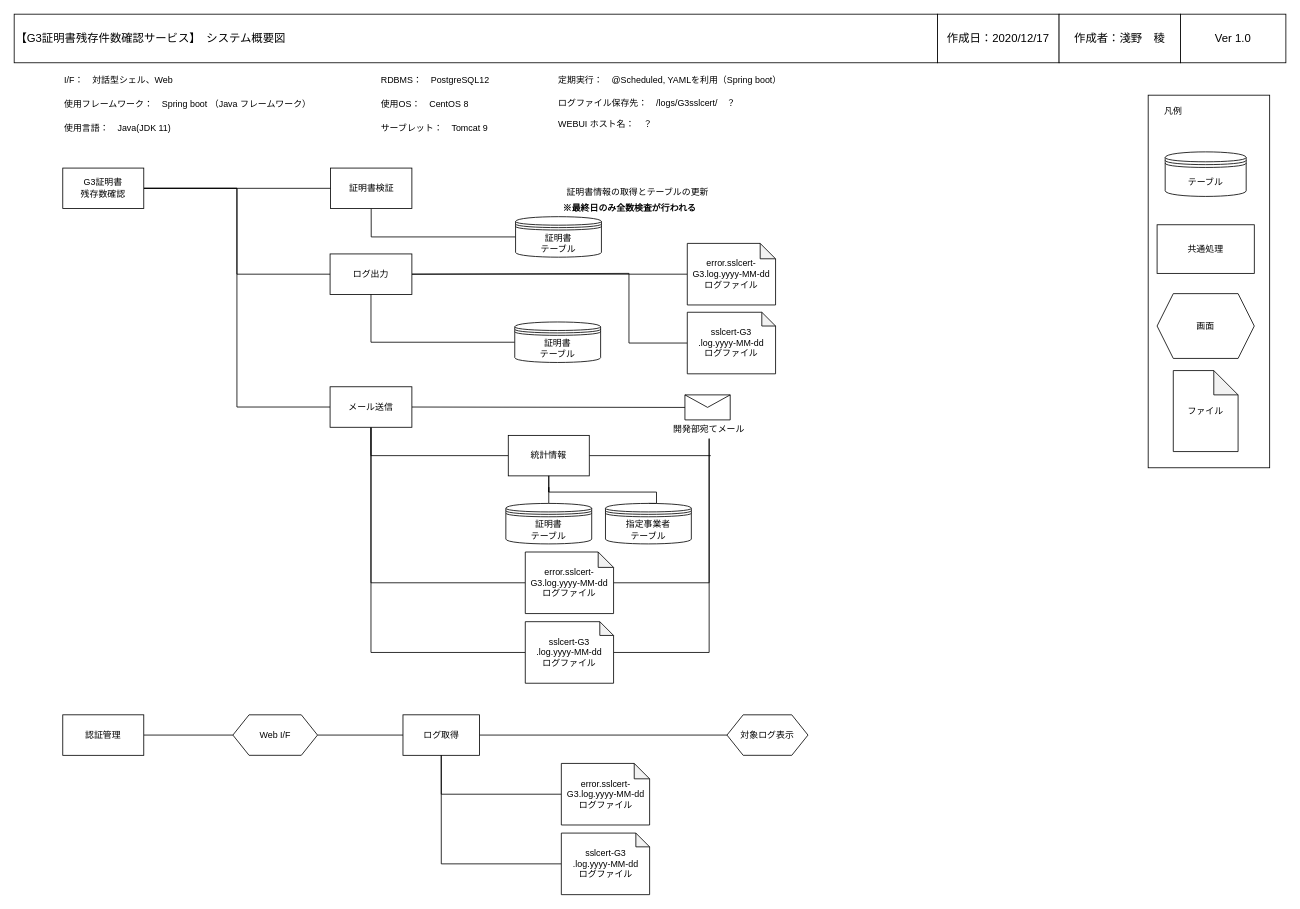
Above: page "システム概要図" (6 of 6) of UMLDiagram.drawio in r-asano/kaihatsubuKenshu (draw.io), before the change. Source tidied: cells renumbered, new cells numbered last; positions are measured from the earlier drawing's top-left corner, leaving out a move shared by most shapes. Both pictures are drawn from the tidied source at 81%, with x=0, y=0 at pixel (14, 14).
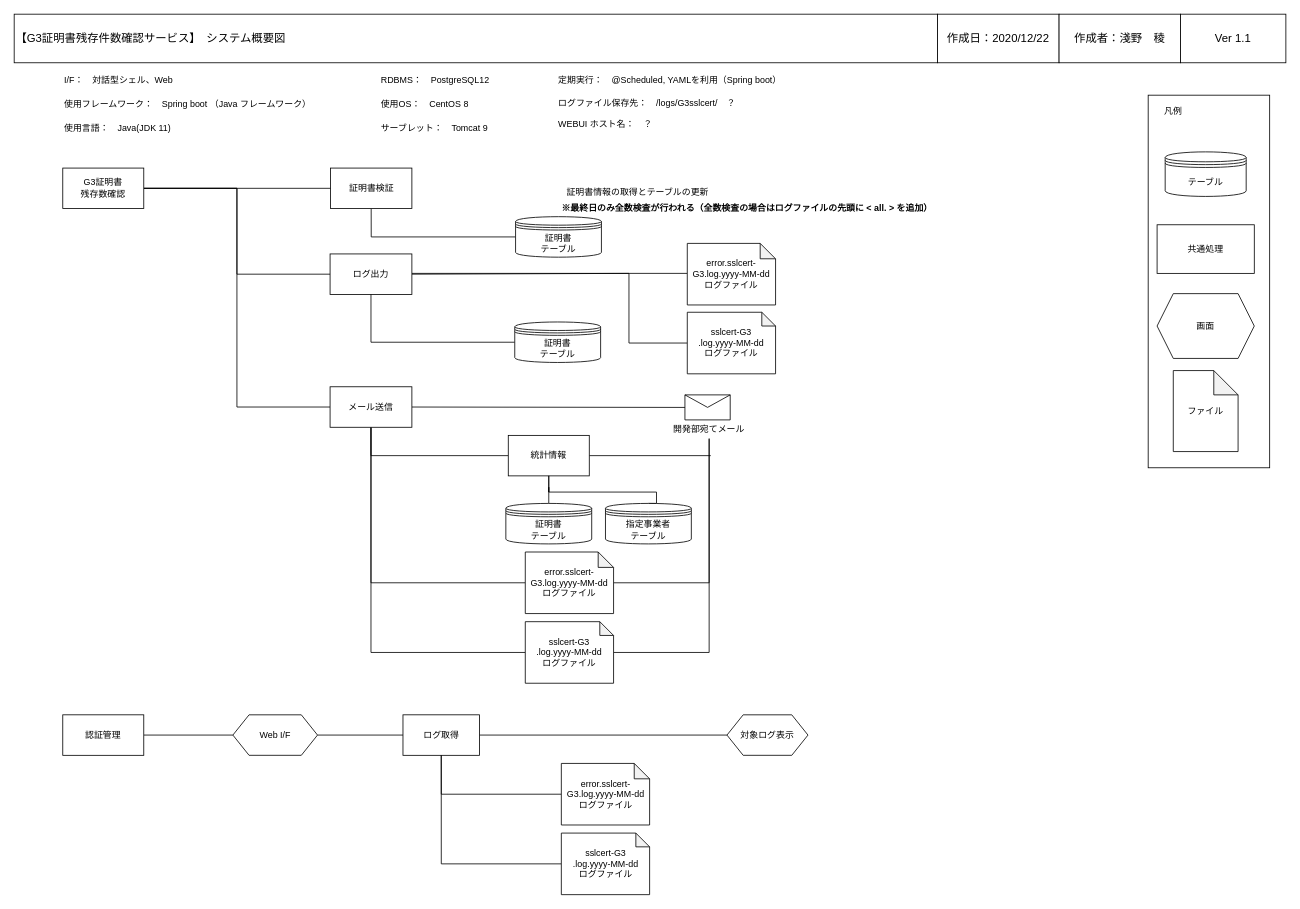
The same page after the edit.

Commit message:
システム構成図マイナーチェンジ

The change refers to these unchanged cells:
```xml
<mxCell id="25" value="ログ出力" style="rounded=0;whiteSpace=wrap;html=1;fontSize=11;" parent="1" vertex="1">
  <mxGeometry x="390" y="296" width="101" height="50" as="geometry" />
</mxCell>
<mxCell id="62" value="&lt;div style=&quot;font-size: 11px&quot;&gt;error.sslcert-G3.log.yyyy-MM-dd&lt;/div&gt;&lt;div style=&quot;font-size: 11px&quot;&gt;ログファイル&lt;/div&gt;" style="shape=note;whiteSpace=wrap;html=1;backgroundOutline=1;darkOpacity=0.05;fontSize=11;size=19;" parent="1" vertex="1">
  <mxGeometry x="831" y="283" width="109" height="76" as="geometry" />
</mxCell>
```

What changed in the source:
```diff
@@
-    <mxCell id="5" value="&lt;font style=&quot;font-size: 14px&quot;&gt;作成日：2020/12/17&lt;/font&gt;" style="rounded=0;whiteSpace=wrap;html=1;fontSize=14;" parent="1" vertex="1">
+    <mxCell id="5" value="&lt;font style=&quot;font-size: 14px&quot;&gt;作成日：2020/12/22&lt;/font&gt;" style="rounded=0;whiteSpace=wrap;html=1;fontSize=14;" parent="1" vertex="1">
       <mxGeometry x="1140" width="150" height="60" as="geometry" />
     </mxCell>
@@
-    <mxCell id="7" value="&lt;font style=&quot;font-size: 14px;&quot;&gt;Ver 1.0&lt;/font&gt;" style="rounded=0;whiteSpace=wrap;html=1;fontSize=14;" parent="1" vertex="1">
+    <mxCell id="7" value="&lt;font style=&quot;font-size: 14px&quot;&gt;Ver 1.1&lt;/font&gt;" style="rounded=0;whiteSpace=wrap;html=1;fontSize=14;" parent="1" vertex="1">
       <mxGeometry x="1440" width="130" height="60" as="geometry" />
     </mxCell>
@@
-    <mxCell id="23" style="edgeStyle=orthogonalEdgeStyle;rounded=0;jumpStyle=arc;jettySize=auto;html=1;exitX=1;exitY=0.5;exitDx=0;exitDy=0;endArrow=none;endFill=0;fontSize=11;" parent="1" edge="1" source="25" target="62">
-      <mxGeometry relative="1" as="geometry" />
+    <mxCell id="23" style="edgeStyle=orthogonalEdgeStyle;rounded=0;jumpStyle=arc;orthogonalLoop=1;jettySize=auto;html=1;exitX=1;exitY=0.5;exitDx=0;exitDy=0;endArrow=none;endFill=0;fontSize=11;" parent="1" edge="1">
+      <mxGeometry relative="1" as="geometry">
+        <mxPoint x="491" y="320" as="sourcePoint" />
+        <mxPoint x="831" y="320" as="targetPoint" />
+      </mxGeometry>
     </mxCell>
@@
-    <mxCell id="34" value="※最終日のみ全数検査が行われる" style="text;html=1;strokeColor=none;fillColor=none;align=center;verticalAlign=middle;whiteSpace=wrap;rounded=0;fontSize=11;fontStyle=1;" parent="1" vertex="1">
-      <mxGeometry x="660" y="230" width="200" height="20" as="geometry" />
+    <mxCell id="34" value="※最終日のみ全数検査が行われる（全数検査の場合はログファイルの先頭に &amp;lt; all. &amp;gt; を追加）" style="text;html=1;strokeColor=none;fillColor=none;align=center;verticalAlign=middle;whiteSpace=wrap;rounded=0;fontSize=11;fontStyle=1;" parent="1" vertex="1">
+      <mxGeometry x="660" y="230" width="490" height="20" as="geometry" />
     </mxCell>
```
